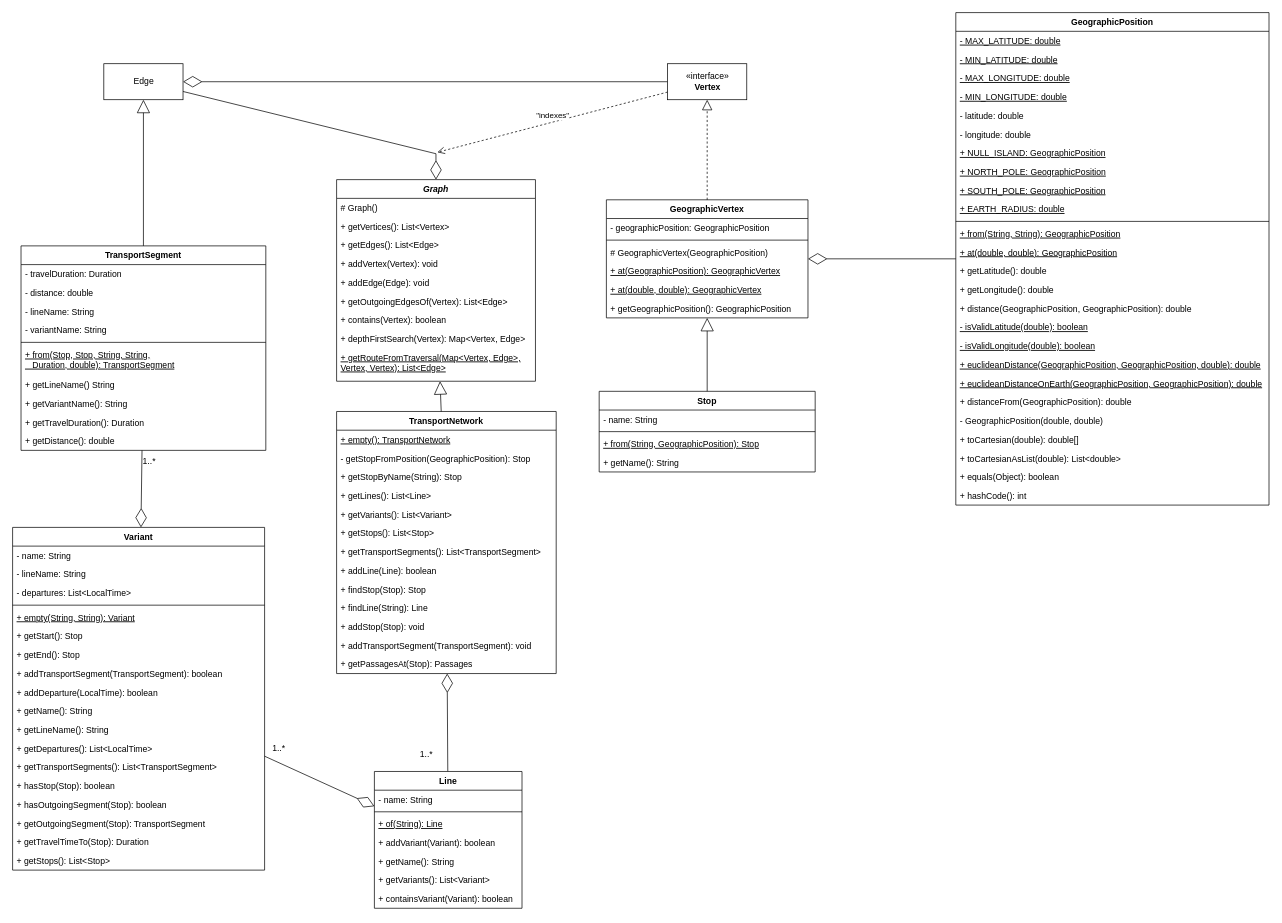
adrian-heouairi/MoriaMap keeps this draw.io diagram as page "Page-1" (1 of 3) of specification/diagrams/model.drawio. Above is the earlier version. Source tidied: cells renumbered, new cells numbered last; positions are measured from the earlier drawing's top-left corner, leaving out a move shared by most shapes. Both pictures are drawn from the tidied source at 72%, with x=0, y=0 at pixel (12, 12).
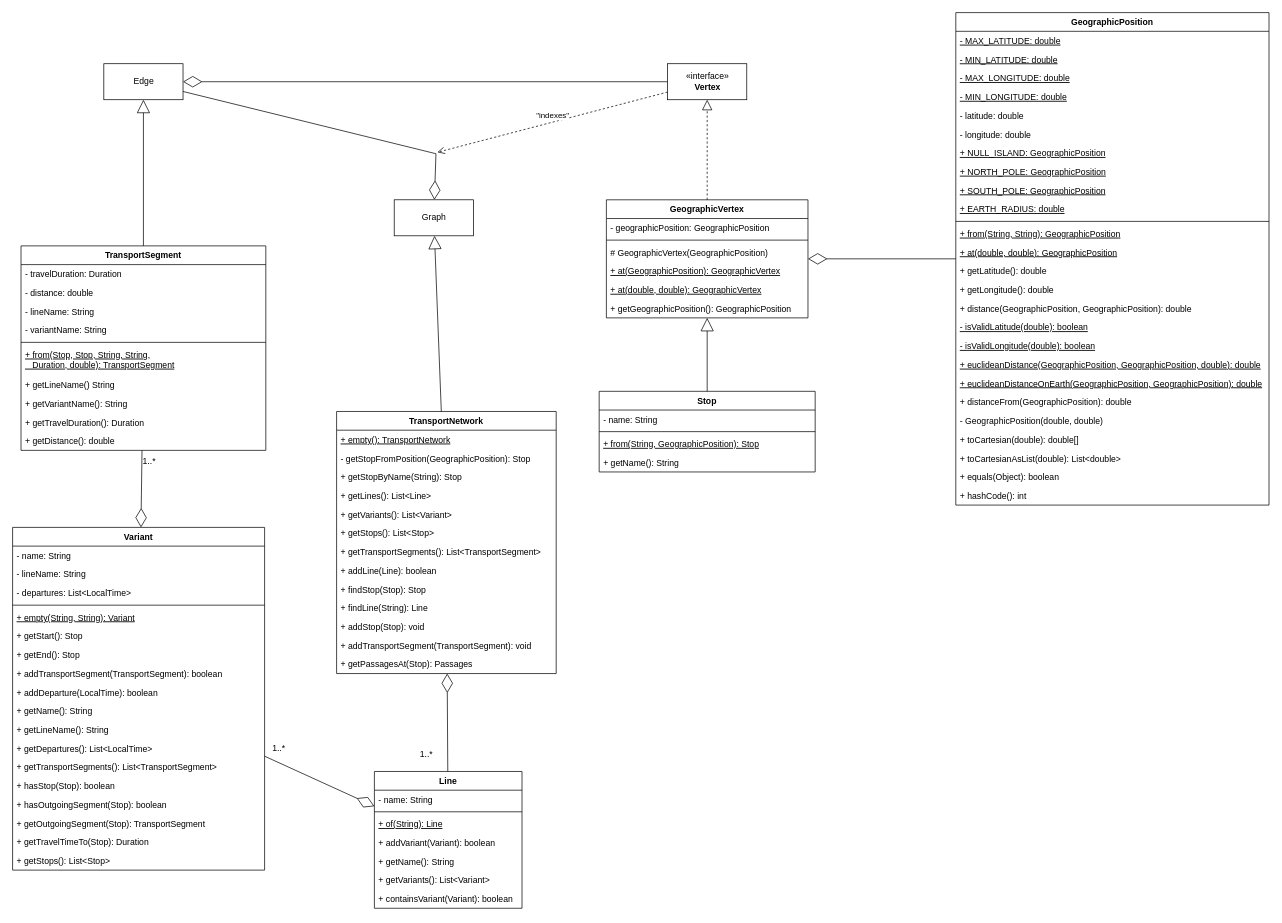
After the change.

Commit message (it also covers changes not shown here):
Resolve "Add Strategy Pattern for Graph traversal algorithms"

What changed in the source:
```diff
@@
-    <mxCell id="2" value="Graph" style="swimlane;fontStyle=3;align=center;verticalAlign=top;horizontal=1;startSize=26;" parent="1" vertex="1">
-      <mxGeometry x="450" y="232" width="276.2" height="280" as="geometry" />
-    </mxCell>
-    <mxCell id="3" value="# Graph()" style="text;strokeColor=none;fillColor=none;align=left;verticalAlign=top;spacingLeft=4;spacingRight=4;overflow=hidden;" parent="2" vertex="1">
-      <mxGeometry y="26" width="276.2" height="26" as="geometry" />
-    </mxCell>
-    <mxCell id="4" value="+ getVertices(): List&lt;Vertex&gt;" style="text;strokeColor=none;fillColor=none;align=left;verticalAlign=top;spacingLeft=4;spacingRight=4;overflow=hidden;" parent="2" vertex="1">
-      <mxGeometry y="52" width="276.2" height="26" as="geometry" />
-    </mxCell>
-    <mxCell id="5" value="+ getEdges(): List&lt;Edge&gt;" style="text;strokeColor=none;fillColor=none;align=left;verticalAlign=top;spacingLeft=4;spacingRight=4;overflow=hidden;" parent="2" vertex="1">
-      <mxGeometry y="78" width="276.2" height="26" as="geometry" />
-    </mxCell>
-    <mxCell id="6" value="+ addVertex(Vertex): void" style="text;strokeColor=none;fillColor=none;align=left;verticalAlign=top;spacingLeft=4;spacingRight=4;overflow=hidden;" parent="2" vertex="1">
-      <mxGeometry y="104" width="276.2" height="26" as="geometry" />
-    </mxCell>
-    <mxCell id="7" value="+ addEdge(Edge): void" style="text;strokeColor=none;fillColor=none;align=left;verticalAlign=top;spacingLeft=4;spacingRight=4;overflow=hidden;" parent="2" vertex="1">
-      <mxGeometry y="130" width="276.2" height="26" as="geometry" />
-    </mxCell>
-    <mxCell id="8" value="+ getOutgoingEdgesOf(Vertex): List&lt;Edge&gt;" style="text;strokeColor=none;fillColor=none;align=left;verticalAlign=top;spacingLeft=4;spacingRight=4;overflow=hidden;" parent="2" vertex="1">
-      <mxGeometry y="156" width="276.2" height="26" as="geometry" />
-    </mxCell>
-    <mxCell id="9" value="+ contains(Vertex): boolean" style="text;strokeColor=none;fillColor=none;align=left;verticalAlign=top;spacingLeft=4;spacingRight=4;overflow=hidden;" parent="2" vertex="1">
-      <mxGeometry y="182" width="276.2" height="26" as="geometry" />
-    </mxCell>
-    <mxCell id="10" value="+ depthFirstSearch(Vertex): Map&lt;Vertex, Edge&gt;" style="text;strokeColor=none;fillColor=none;align=left;verticalAlign=top;spacingLeft=4;spacingRight=4;overflow=hidden;" parent="2" vertex="1">
-      <mxGeometry y="208" width="276.2" height="26" as="geometry" />
-    </mxCell>
-    <mxCell id="11" value="+ getRouteFromTraversal(Map&lt;Vertex, Edge&gt;,&#10;Vertex, Vertex): List&lt;Edge&gt;&#10;" style="text;strokeColor=none;fillColor=none;align=left;verticalAlign=top;spacingLeft=4;spacingRight=4;overflow=hidden;fontStyle=4;" parent="2" vertex="1">
-      <mxGeometry y="234" width="276.2" height="46" as="geometry" />
-    </mxCell>
@@
+    <mxCell id="2" value="Graph" style="html=1;" parent="1" vertex="1">
+      <mxGeometry x="530" y="260" width="110" height="50" as="geometry" />
+    </mxCell>
```
